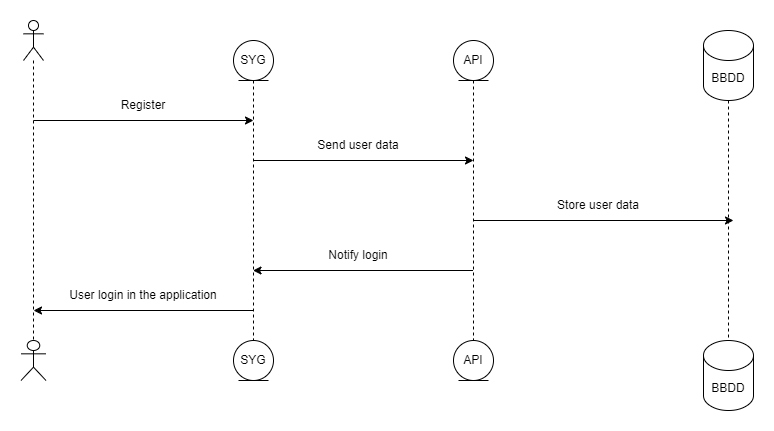
Arquisoft/wiq_es1d keeps this draw.io diagram as docs/images/06_runtime_registry.png. Above is the earlier version. Source tidied: cells renumbered, new cells last; positions are measured from the earlier drawing's top-left corner, leaving out a move shared by most shapes.
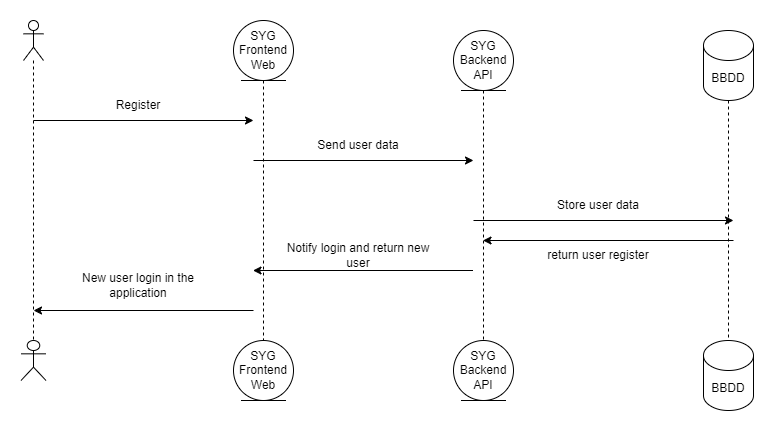
Later version of the same file.

What changed in the source:
```diff
@@ -2,20 +2,20 @@
   <root>
     <mxCell id="0" />
     <mxCell id="1" parent="0" />
-    <mxCell id="2" value="SYG" style="shape=umlLifeline;perimeter=lifelinePerimeter;whiteSpace=wrap;html=1;newEdgeStyle={&quot;curved&quot;:0,&quot;rounded&quot;:0};participant=umlEntity;" parent="1" vertex="1">
-      <mxGeometry x="212" y="20" width="40" height="300" as="geometry" />
+    <mxCell id="2" value="SYG&lt;div&gt;Frontend&lt;/div&gt;&lt;div&gt;Web&lt;/div&gt;" style="shape=umlLifeline;perimeter=lifelinePerimeter;whiteSpace=wrap;html=1;newEdgeStyle={&quot;curved&quot;:0,&quot;rounded&quot;:0};participant=umlEntity;size=60;" parent="1" vertex="1">
+      <mxGeometry x="212" width="60" height="320" as="geometry" />
     </mxCell>
     <mxCell id="3" style="shape=umlLifeline;perimeter=lifelinePerimeter;whiteSpace=wrap;html=1;newEdgeStyle={&quot;curved&quot;:0,&quot;rounded&quot;:0};participant=umlActor;" parent="1" vertex="1">
       <mxGeometry x="2" width="20" height="320" as="geometry" />
     </mxCell>
-    <mxCell id="4" value="API" style="shape=umlLifeline;perimeter=lifelinePerimeter;whiteSpace=wrap;html=1;outlineConnect=0;portConstraint=eastwest;newEdgeStyle={&quot;curved&quot;:0,&quot;rounded&quot;:0};participant=umlEntity;" parent="1" vertex="1">
-      <mxGeometry x="432" y="20" width="40" height="300" as="geometry" />
+    <mxCell id="4" value="SYG&lt;div&gt;Backend&lt;/div&gt;&lt;div&gt;API&lt;/div&gt;" style="shape=umlLifeline;perimeter=lifelinePerimeter;whiteSpace=wrap;html=1;outlineConnect=0;portConstraint=eastwest;newEdgeStyle={&quot;curved&quot;:0,&quot;rounded&quot;:0};participant=umlEntity;size=60;" parent="1" vertex="1">
+      <mxGeometry x="432" y="10" width="60" height="310" as="geometry" />
     </mxCell>
     <mxCell id="5" value="BBDD" style="shape=cylinder3;whiteSpace=wrap;html=1;boundedLbl=1;backgroundOutline=1;size=15;" parent="1" vertex="1">
       <mxGeometry x="682" y="10" width="50" height="70" as="geometry" />
     </mxCell>
     <mxCell id="6" value="Register" style="text;html=1;align=center;verticalAlign=middle;whiteSpace=wrap;rounded=0;" parent="1" vertex="1">
-      <mxGeometry x="92" y="70" width="60" height="30" as="geometry" />
+      <mxGeometry x="42" y="70" width="150" height="30" as="geometry" />
     </mxCell>
     <mxCell id="7" style="endArrow=classic;html=1;rounded=0;" parent="1" edge="1">
       <mxGeometry relative="1" as="geometry">
@@ -44,11 +44,11 @@
     <mxCell id="12" value="BBDD" style="shape=cylinder3;whiteSpace=wrap;html=1;boundedLbl=1;backgroundOutline=1;size=15;" parent="1" vertex="1">
       <mxGeometry x="682" y="320" width="50" height="70" as="geometry" />
     </mxCell>
-    <mxCell id="13" value="SYG" style="ellipse;shape=umlEntity;whiteSpace=wrap;html=1;" parent="1" vertex="1">
-      <mxGeometry x="212" y="320" width="40" height="40" as="geometry" />
+    <mxCell id="13" value="SYG&lt;div&gt;Frontend&lt;/div&gt;&lt;div&gt;Web&lt;/div&gt;" style="ellipse;shape=umlEntity;whiteSpace=wrap;html=1;" parent="1" vertex="1">
+      <mxGeometry x="212" y="320" width="60" height="60" as="geometry" />
     </mxCell>
-    <mxCell id="14" value="API" style="ellipse;shape=umlEntity;whiteSpace=wrap;html=1;" parent="1" vertex="1">
-      <mxGeometry x="432" y="320" width="40" height="40" as="geometry" />
+    <mxCell id="14" value="SYG&lt;div&gt;Backend&lt;/div&gt;&lt;div&gt;API&lt;/div&gt;" style="ellipse;shape=umlEntity;whiteSpace=wrap;html=1;" parent="1" vertex="1">
+      <mxGeometry x="432" y="320" width="60" height="60" as="geometry" />
     </mxCell>
     <mxCell id="15" style="endArrow=none;html=1;rounded=0;exitX=0.5;exitY=1;exitDx=0;exitDy=0;exitPerimeter=0;entryX=0.5;entryY=0;entryDx=0;entryDy=0;entryPerimeter=0;dashed=1;endFill=0;" parent="1" edge="1" source="5" target="12">
       <mxGeometry relative="1" as="geometry" />
@@ -59,7 +59,7 @@
         <mxPoint x="231.5" y="250" as="targetPoint" />
       </mxGeometry>
     </mxCell>
-    <mxCell id="17" value="Notify login" style="text;html=1;align=center;verticalAlign=middle;whiteSpace=wrap;rounded=0;" parent="1" vertex="1">
+    <mxCell id="17" value="Notify login and return new user" style="text;html=1;align=center;verticalAlign=middle;whiteSpace=wrap;rounded=0;" parent="1" vertex="1">
       <mxGeometry x="252" y="220" width="170" height="30" as="geometry" />
     </mxCell>
     <mxCell id="18" style="shape=umlActor;verticalLabelPosition=bottom;verticalAlign=top;html=1;" parent="1" vertex="1">
@@ -71,8 +71,16 @@
         <mxPoint x="12" y="290" as="targetPoint" />
       </mxGeometry>
     </mxCell>
-    <mxCell id="20" value="User login in the application" style="text;html=1;align=center;verticalAlign=middle;whiteSpace=wrap;rounded=0;" parent="1" vertex="1">
-      <mxGeometry x="37" y="260" width="170" height="30" as="geometry" />
+    <mxCell id="20" value="New user login in the application" style="text;html=1;align=center;verticalAlign=middle;whiteSpace=wrap;rounded=0;" parent="1" vertex="1">
+      <mxGeometry x="32" y="250" width="170" height="30" as="geometry" />
     </mxCell>
+    <mxCell id="21" style="endArrow=classic;html=1;rounded=0;" parent="1" edge="1" target="4">
+      <mxGeometry relative="1" as="geometry">
+        <mxPoint x="712" y="220" as="sourcePoint" />
+      </mxGeometry>
+    </mxCell>
+    <mxCell id="22" value="return user register" style="text;html=1;align=center;verticalAlign=middle;whiteSpace=wrap;rounded=0;" parent="1" vertex="1">
+      <mxGeometry x="492" y="220" width="170" height="30" as="geometry" />
+    </mxCell>
   </root>
 </mxGraphModel>
```
